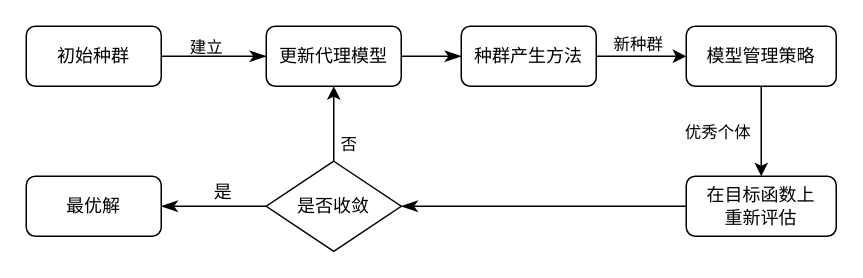
Earlier version of the draw.io diagram 合并.drawio (GushanFall/draw.io). Source tidied: cells renumbered, new cells numbered last; positions are measured from the earlier drawing's top-left corner, leaving out a move shared by most shapes. Both pictures are drawn from the tidied source at 150%, with x=0, y=0 at pixel (26, 26).
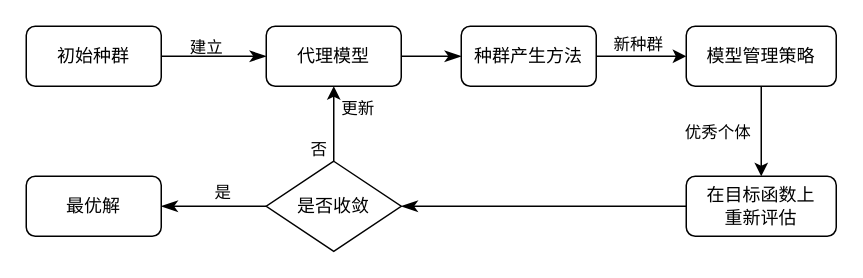
After the change.

The change refers to these unchanged cells:
```xml
<mxCell id="12" style="edgeStyle=orthogonalEdgeStyle;rounded=0;jettySize=auto;html=1;shadow=0;strokeColor=#000000;strokeWidth=1;align=center;verticalAlign=middle;fontFamily=Helvetica;fontSize=12;fontColor=default;labelBackgroundColor=none;endArrow=classicThin;endFill=1;endSize=8;" parent="1" edge="1" source="16" target="17">
  <mxGeometry relative="1" as="geometry" />
</mxCell>
<mxCell id="14" style="edgeStyle=orthogonalEdgeStyle;rounded=0;jettySize=auto;html=1;exitX=0.5;exitY=0;exitDx=0;exitDy=0;entryX=0.5;entryY=1;entryDx=0;entryDy=0;" parent="1" edge="1" source="16" target="6">
  <mxGeometry relative="1" as="geometry" />
</mxCell>
```

Change to the diagram source:
```diff
@@
-    <mxCell id="6" value="更新代理模型" style="rounded=1;whiteSpace=wrap;html=1;" parent="1" vertex="1">
+    <mxCell id="6" value="代理模型" style="rounded=1;whiteSpace=wrap;html=1;" parent="1" vertex="1">
       <mxGeometry x="160" width="90" height="40" as="geometry" />
     </mxCell>
@@
-    <mxCell id="13" value="是" style="edgeLabel;html=1;align=center;verticalAlign=middle;rounded=1;strokeColor=default;fontFamily=Helvetica;fontSize=12;fontColor=default;fillColor=default;" parent="12" vertex="1">
+    <mxCell id="13" value="是" style="edgeLabel;html=1;align=center;verticalAlign=middle;rounded=1;strokeColor=default;fontFamily=Helvetica;fontSize=11;fontColor=default;fillColor=default;" parent="12" vertex="1">
       <mxGeometry x="-0.32" y="2" relative="1" as="geometry">
         <mxPoint x="-6" y="-12" as="offset" />
       </mxGeometry>
     </mxCell>
@@
     <mxCell id="15" value="否" style="edgeLabel;html=1;align=center;verticalAlign=middle;" parent="14" vertex="1">
       <mxGeometry y="-2" relative="1" as="geometry">
-        <mxPoint x="7" y="13" as="offset" />
+        <mxPoint x="-13" y="16" as="offset" />
       </mxGeometry>
     </mxCell>
+    <mxCell id="21" value="更新" style="edgeLabel;html=1;align=center;verticalAlign=middle;" parent="14" vertex="1">
+      <mxGeometry x="0.28" y="-4" relative="1" as="geometry">
+        <mxPoint x="11" y="-4" as="offset" />
+      </mxGeometry>
+    </mxCell>
```
